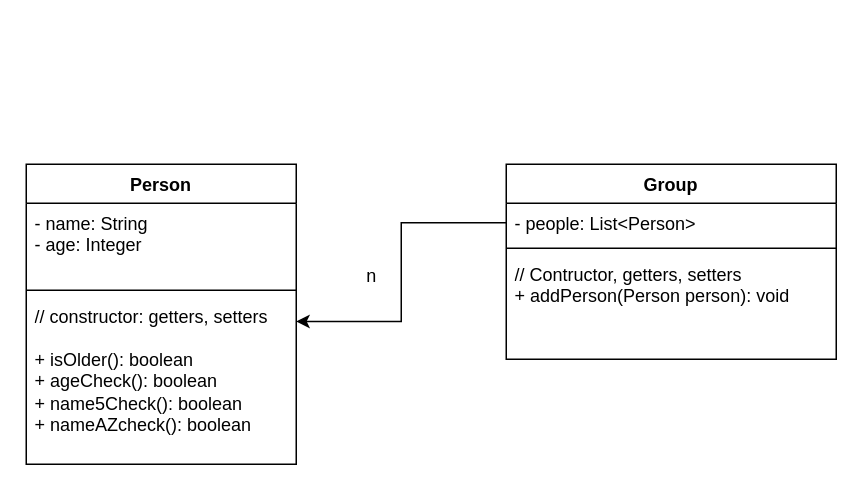
This is Ejercicio1.drawio from Sebasgo2050/vm_projet, a draw.io file, before an edit. Source tidied: cells renumbered, new cells numbered last; positions are measured from the earlier drawing's top-left corner, leaving out a move shared by most shapes. Both pictures are drawn from the tidied source at 150%, with x=0, y=0 at pixel (26, 164).
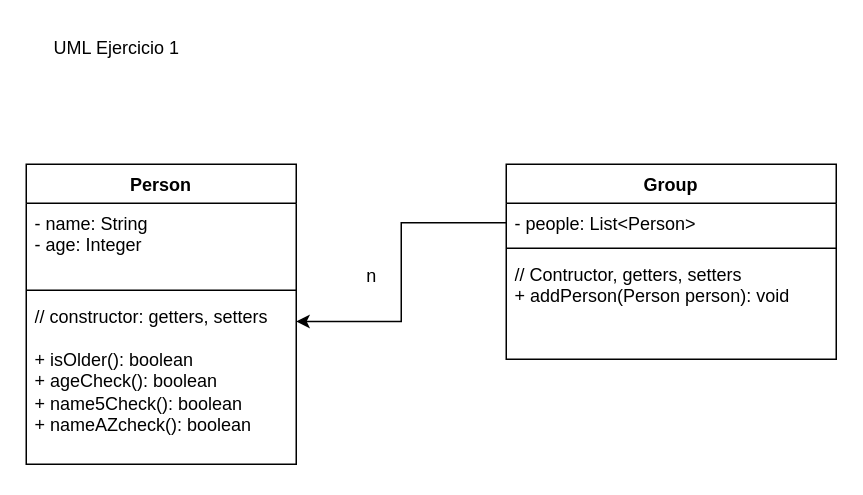
The same diagram, later.

What changed in the source:
```diff
@@
 <mxGraphModel>
   <root>
     <mxCell id="0" />
     <mxCell id="1" parent="0" />
     <mxCell id="2" value="Person" style="swimlane;fontStyle=1;align=center;verticalAlign=top;horizontal=1;startSize=26;whiteSpace=wrap;html=1;" parent="1" vertex="1">
       <mxGeometry width="180" height="200" as="geometry" />
     </mxCell>
     <mxCell id="3" value="- name: String&lt;span style=&quot;background-color: initial;&quot;&gt;&amp;nbsp;&amp;nbsp;&lt;/span&gt;&lt;div&gt;&lt;div&gt;- age: Integer&lt;/div&gt;&lt;/div&gt;" style="text;strokeColor=none;fillColor=none;align=left;verticalAlign=top;spacingLeft=4;spacingRight=4;overflow=hidden;whiteSpace=wrap;html=1;" parent="2" vertex="1">
       <mxGeometry y="26" width="180" height="54" as="geometry" />
     </mxCell>
     <mxCell id="4" style="line;strokeWidth=1;fillColor=none;align=left;verticalAlign=middle;spacingTop=-1;spacingLeft=3;spacingRight=3;labelPosition=right;strokeColor=inherit;" parent="2" vertex="1">
       <mxGeometry y="80" width="180" height="8" as="geometry" />
     </mxCell>
     <mxCell id="5" value="&lt;div&gt;// constructor: getters, setters&amp;nbsp;&lt;/div&gt;&lt;div&gt;&lt;br&gt;&lt;/div&gt;+ isOlder(): boolean&lt;div&gt;+ ageCheck(): boolean&lt;/div&gt;&lt;div&gt;+ name5Check(): boolean&lt;/div&gt;&lt;div&gt;+ nameAZcheck(): boolean&lt;/div&gt;" style="text;strokeColor=none;fillColor=none;align=left;verticalAlign=top;spacingLeft=4;spacingRight=4;overflow=hidden;points=[[0,0.5],[1,0.5]];portConstraint=eastwest;whiteSpace=wrap;html=1;" parent="2" vertex="1">
       <mxGeometry y="88" width="180" height="112" as="geometry" />
     </mxCell>
     <mxCell id="6" value="Group" style="swimlane;fontStyle=1;align=center;verticalAlign=top;horizontal=1;startSize=26;whiteSpace=wrap;html=1;" parent="1" vertex="1">
       <mxGeometry x="320" width="220" height="130" as="geometry" />
     </mxCell>
     <mxCell id="7" value="- people: List&amp;lt;Person&amp;gt;" style="text;strokeColor=none;fillColor=none;align=left;verticalAlign=top;spacingLeft=4;spacingRight=4;overflow=hidden;points=[[0,0.5],[1,0.5]];portConstraint=eastwest;whiteSpace=wrap;html=1;" parent="6" vertex="1">
       <mxGeometry y="26" width="220" height="26" as="geometry" />
     </mxCell>
     <mxCell id="8" style="line;strokeWidth=1;fillColor=none;align=left;verticalAlign=middle;spacingTop=-1;spacingLeft=3;spacingRight=3;labelPosition=right;strokeColor=inherit;" parent="6" vertex="1">
       <mxGeometry y="52" width="220" height="8" as="geometry" />
     </mxCell>
     <mxCell id="9" value="// Contructor, getters, setters&lt;div&gt;+ addPerson(Person person): void&lt;/div&gt;&lt;div&gt;&lt;br&gt;&lt;/div&gt;" style="text;strokeColor=none;fillColor=none;align=left;verticalAlign=top;spacingLeft=4;spacingRight=4;overflow=hidden;whiteSpace=wrap;html=1;" parent="6" vertex="1">
       <mxGeometry y="60" width="220" height="70" as="geometry" />
     </mxCell>
     <mxCell id="10" style="edgeStyle=orthogonalEdgeStyle;rounded=0;jettySize=auto;html=1;entryX=1;entryY=0.15;entryDx=0;entryDy=0;entryPerimeter=0;" parent="1" edge="1" source="7" target="5">
       <mxGeometry relative="1" as="geometry" />
     </mxCell>
     <mxCell id="11" value="n" style="text;html=1;align=center;verticalAlign=middle;strokeColor=none;fillColor=none;" parent="1" vertex="1">
       <mxGeometry x="215" y="60" width="30" height="30" as="geometry" />
     </mxCell>
+    <mxCell id="12" value="UML Ejercicio 1" style="text;html=1;align=center;verticalAlign=middle;strokeColor=none;fillColor=none;" parent="1" vertex="1">
+      <mxGeometry x="5" y="-92" width="110" height="30" as="geometry" />
+    </mxCell>
   </root>
 </mxGraphModel>
```
